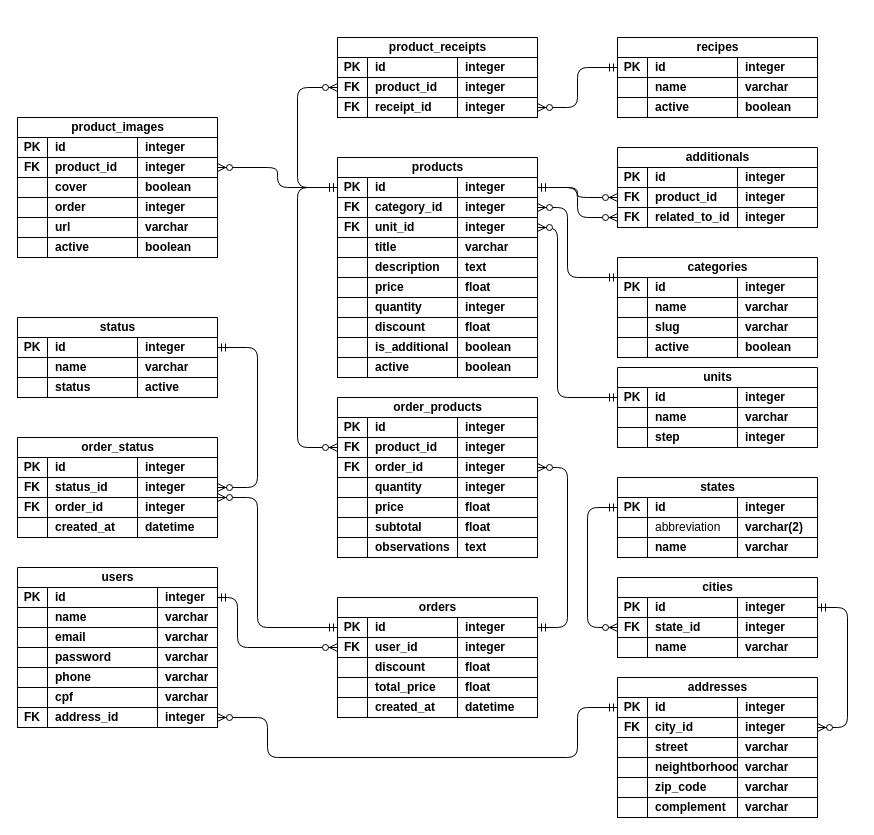
Above: database/mer/UML.drawio in univesp-pium/apprestaurantes (draw.io), before the change. Source tidied: cells renumbered, new cells numbered last; positions are measured from the earlier drawing's top-left corner, leaving out a move shared by most shapes. Both pictures are drawn from the tidied source at 100%, with x=0, y=0 at pixel (17, 37).
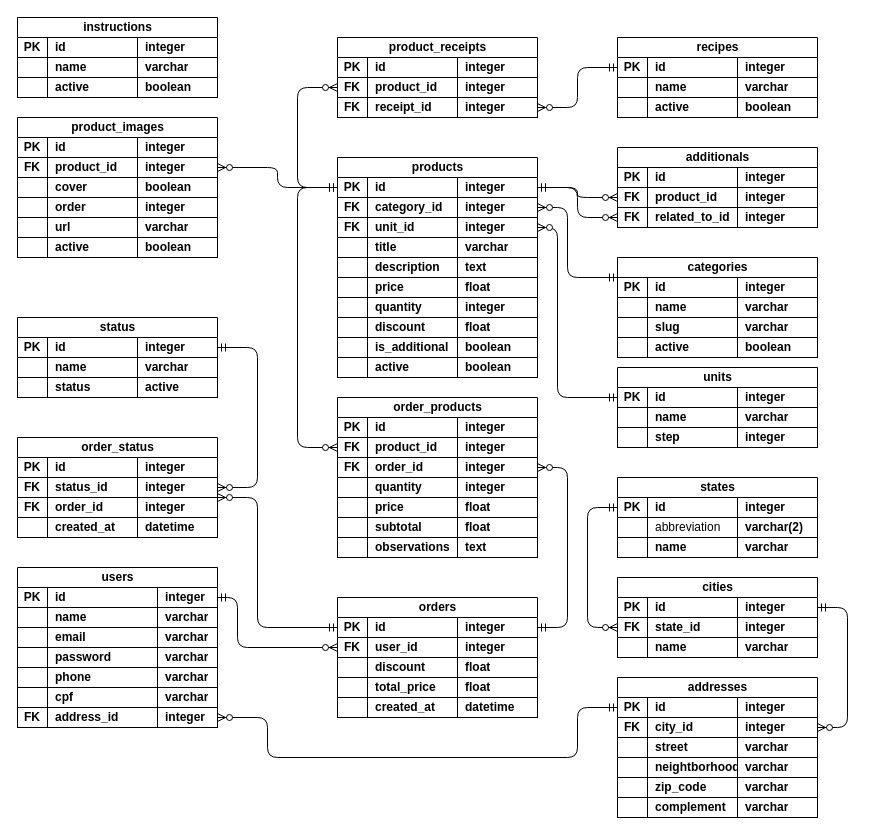
The same diagram, later.

The edit, as a diff of the source:
```diff
@@
+    <mxCell id="312" value="instructions" style="shape=table;startSize=20;childLayout=tableLayout;rowLines=0;fontStyle=1;align=center;html=1;fontFamily=Helvetica;fontSize=12;fontColor=default;labelBackgroundColor=default;" parent="1" vertex="1">
+      <mxGeometry y="-20" width="200" height="80" as="geometry" />
+    </mxCell>
+    <mxCell id="313" style="shape=tableRow;horizontal=0;startSize=0;swimlaneHead=0;swimlaneBody=0;fillColor=none;top=0;left=0;right=0;bottom=1;fontFamily=Helvetica;fontSize=12;fontColor=default;labelBackgroundColor=default;" parent="312" vertex="1">
+      <mxGeometry y="20" width="200" height="20" as="geometry" />
+    </mxCell>
+    <mxCell id="314" value="PK" style="shape=partialRectangle;fillColor=none;top=0;left=0;bottom=0;right=0;fontStyle=1;overflow=hidden;whiteSpace=wrap;html=1;fontFamily=Helvetica;fontSize=12;fontColor=default;labelBackgroundColor=default;" parent="313" vertex="1">
+      <mxGeometry width="30" height="20" as="geometry" />
+    </mxCell>
+    <mxCell id="315" value="id" style="shape=partialRectangle;fillColor=none;top=0;left=0;bottom=0;right=0;align=left;spacingLeft=6;fontStyle=1;overflow=hidden;whiteSpace=wrap;html=1;fontFamily=Helvetica;fontSize=12;fontColor=default;labelBackgroundColor=default;" parent="313" vertex="1">
+      <mxGeometry x="30" width="90" height="20" as="geometry" />
+    </mxCell>
+    <mxCell id="316" value="integer" style="shape=partialRectangle;fillColor=none;top=0;left=0;bottom=0;right=0;align=left;spacingLeft=6;fontStyle=1;overflow=hidden;whiteSpace=wrap;html=1;fontFamily=Helvetica;fontSize=12;fontColor=default;labelBackgroundColor=default;" parent="313" vertex="1">
+      <mxGeometry x="120" width="80" height="20" as="geometry" />
+    </mxCell>
+    <mxCell id="317" style="shape=tableRow;horizontal=0;startSize=0;swimlaneHead=0;swimlaneBody=0;fillColor=none;top=0;left=0;right=0;bottom=1;fontFamily=Helvetica;fontSize=12;fontColor=default;labelBackgroundColor=default;" parent="312" vertex="1">
+      <mxGeometry y="40" width="200" height="20" as="geometry" />
+    </mxCell>
+    <mxCell id="318" style="shape=partialRectangle;fillColor=none;top=0;left=0;bottom=0;right=0;fontStyle=1;overflow=hidden;whiteSpace=wrap;html=1;fontFamily=Helvetica;fontSize=12;fontColor=default;labelBackgroundColor=default;" parent="317" vertex="1">
+      <mxGeometry width="30" height="20" as="geometry" />
+    </mxCell>
+    <mxCell id="319" value="name" style="shape=partialRectangle;fillColor=none;top=0;left=0;bottom=0;right=0;align=left;spacingLeft=6;fontStyle=1;overflow=hidden;whiteSpace=wrap;html=1;fontFamily=Helvetica;fontSize=12;fontColor=default;labelBackgroundColor=default;" parent="317" vertex="1">
+      <mxGeometry x="30" width="90" height="20" as="geometry" />
+    </mxCell>
+    <mxCell id="320" value="varchar" style="shape=partialRectangle;fillColor=none;top=0;left=0;bottom=0;right=0;align=left;spacingLeft=6;fontStyle=1;overflow=hidden;whiteSpace=wrap;html=1;fontFamily=Helvetica;fontSize=12;fontColor=default;labelBackgroundColor=default;" parent="317" vertex="1">
+      <mxGeometry x="120" width="80" height="20" as="geometry" />
+    </mxCell>
+    <mxCell id="321" style="shape=tableRow;horizontal=0;startSize=0;swimlaneHead=0;swimlaneBody=0;fillColor=none;top=0;left=0;right=0;bottom=1;fontFamily=Helvetica;fontSize=12;fontColor=default;labelBackgroundColor=default;" parent="312" vertex="1">
+      <mxGeometry y="60" width="200" height="20" as="geometry" />
+    </mxCell>
+    <mxCell id="322" style="shape=partialRectangle;fillColor=none;top=0;left=0;bottom=0;right=0;fontStyle=1;overflow=hidden;whiteSpace=wrap;html=1;fontFamily=Helvetica;fontSize=12;fontColor=default;labelBackgroundColor=default;" parent="321" vertex="1">
+      <mxGeometry width="30" height="20" as="geometry" />
+    </mxCell>
+    <mxCell id="323" value="active" style="shape=partialRectangle;fillColor=none;top=0;left=0;bottom=0;right=0;align=left;spacingLeft=6;fontStyle=1;overflow=hidden;whiteSpace=wrap;html=1;fontFamily=Helvetica;fontSize=12;fontColor=default;labelBackgroundColor=default;" parent="321" vertex="1">
+      <mxGeometry x="30" width="90" height="20" as="geometry" />
+    </mxCell>
+    <mxCell id="324" value="boolean" style="shape=partialRectangle;fillColor=none;top=0;left=0;bottom=0;right=0;align=left;spacingLeft=6;fontStyle=1;overflow=hidden;whiteSpace=wrap;html=1;fontFamily=Helvetica;fontSize=12;fontColor=default;labelBackgroundColor=default;" parent="321" vertex="1">
+      <mxGeometry x="120" width="80" height="20" as="geometry" />
+    </mxCell>
```
